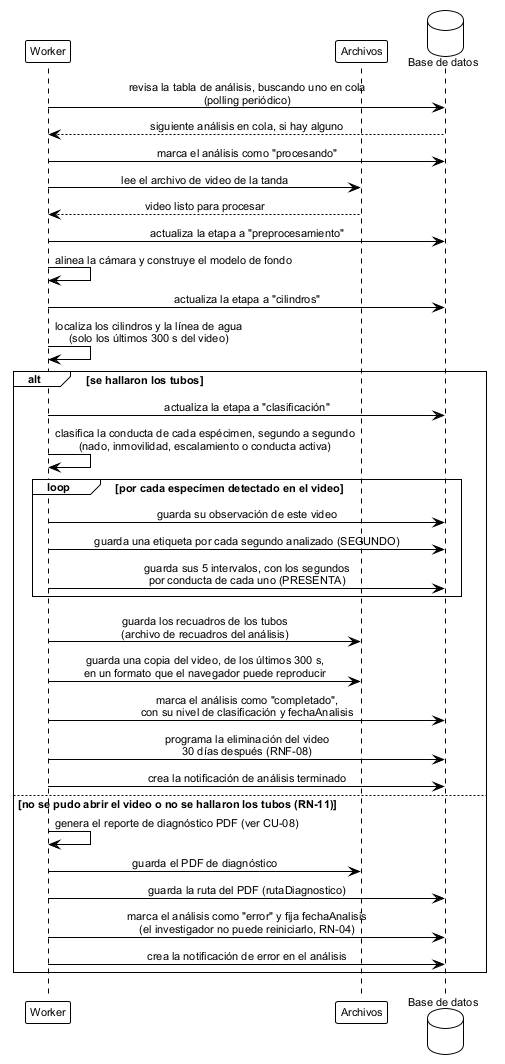
Before: figures/mermaid/seq_analisis_automatico.png, a diagram exported from PlantUML (ErickJester/fst-ai-system-latex).
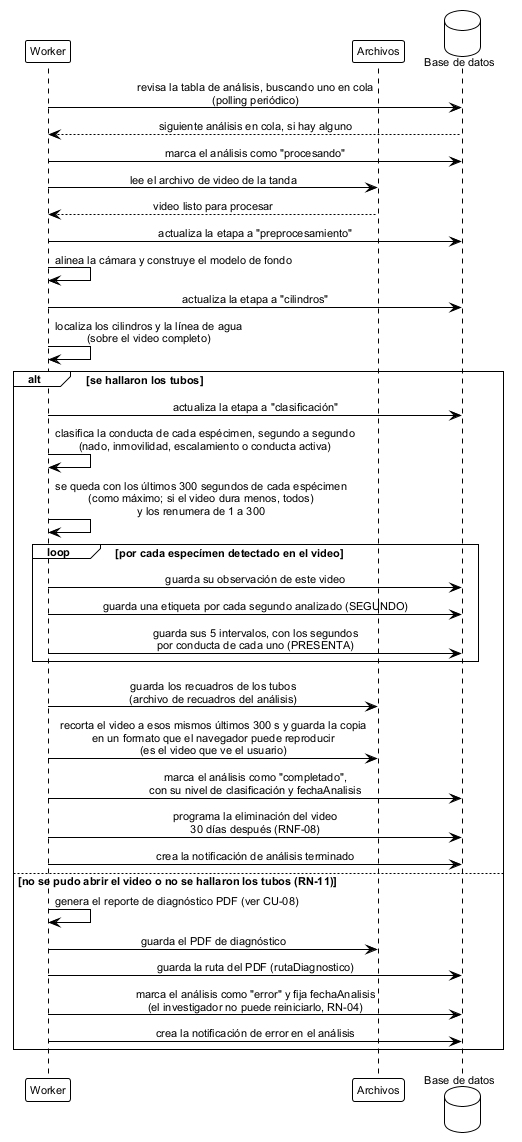
After the change.

Change to the diagram source:
```diff
@@ -22,11 +22,12 @@
 w -> w: alinea la cámara y construye el modelo de fondo
 
 w -> db: actualiza la etapa a "cilindros"
-w -> w: localiza los cilindros y la línea de agua\n(solo los últimos 300 s del video)
+w -> w: localiza los cilindros y la línea de agua\n(sobre el video completo)
 
 alt se hallaron los tubos
   w -> db: actualiza la etapa a "clasificación"
   w -> w: clasifica la conducta de cada espécimen, segundo a segundo\n(nado, inmovilidad, escalamiento o conducta activa)
+  w -> w: se queda con los últimos 300 segundos de cada espécimen\n(como máximo; si el video dura menos, todos)\ny los renumera de 1 a 300
 
   loop por cada especímen detectado en el video
     w -> db: guarda su observación de este video
@@ -35,7 +36,7 @@
   end
 
   w -> fs: guarda los recuadros de los tubos\n(archivo de recuadros del análisis)
-  w -> fs: guarda una copia del video, de los últimos 300 s,\nen un formato que el navegador puede reproducir
+  w -> fs: recorta el video a esos mismos últimos 300 s y guarda la copia\nen un formato que el navegador puede reproducir\n(es el video que ve el usuario)
 
   w -> db: marca el análisis como "completado",\ncon su nivel de clasificación y fechaAnalisis
   w -> db: programa la eliminación del video\n30 días después (RNF-08)
```
